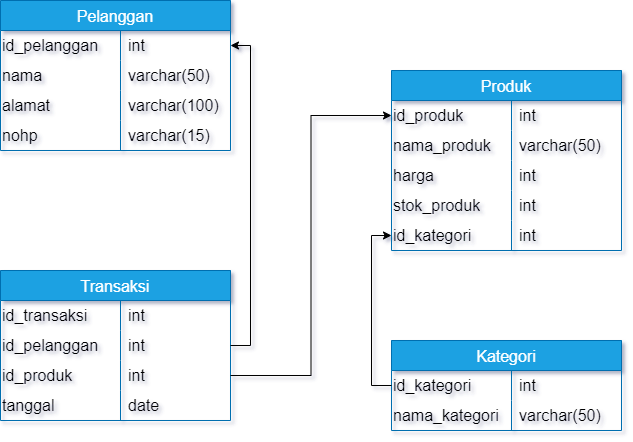
Before: ERD/Tugas TPA-4.drawio.png, a diagram exported from draw.io (mr-exploit/tugas-TPA-4). Source tidied: cells renumbered, new cells last; positions are measured from the earlier drawing's top-left corner, leaving out a move shared by most shapes. Its diagram source:
```xml
<mxGraphModel>
  <root>
    <mxCell id="0" />
    <mxCell id="1" parent="0" />
    <mxCell id="2" value="Pelanggan" style="shape=table;startSize=30;rowLines=0;fontStyle=0;strokeColor=#006EAF;fontSize=16;fillColor=#1ba1e2;fontColor=#ffffff;" parent="1" vertex="1">
      <mxGeometry width="230" height="150" as="geometry" />
    </mxCell>
    <mxCell id="3" style="shape=tableRow;horizontal=0;startSize=0;swimlaneHead=0;swimlaneBody=0;top=0;left=0;bottom=0;right=0;fillColor=none;points=[[0,0.5],[1,0.5]];portConstraint=eastwest;strokeColor=inherit;fontSize=16;" parent="2" vertex="1">
      <mxGeometry y="30" width="230" height="30" as="geometry" />
    </mxCell>
    <mxCell id="4" value="id_pelanggan" style="shape=partialRectangle;html=1;whiteSpace=wrap;fillColor=none;top=0;left=0;bottom=0;right=0;overflow=hidden;strokeColor=inherit;fontSize=16;align=left;" parent="3" vertex="1">
      <mxGeometry width="120" height="30" as="geometry" />
    </mxCell>
    <mxCell id="5" value="int" style="shape=partialRectangle;html=1;whiteSpace=wrap;fillColor=none;top=0;left=0;bottom=0;right=0;align=left;spacingLeft=6;overflow=hidden;strokeColor=inherit;fontSize=16;" parent="3" vertex="1">
      <mxGeometry x="120" width="110" height="30" as="geometry" />
    </mxCell>
    <mxCell id="6" style="shape=tableRow;horizontal=0;startSize=0;swimlaneHead=0;swimlaneBody=0;top=0;left=0;bottom=0;right=0;fillColor=none;strokeColor=inherit;fontSize=16;" parent="2" vertex="1">
      <mxGeometry y="60" width="230" height="30" as="geometry" />
    </mxCell>
    <mxCell id="7" value="nama" style="shape=partialRectangle;html=1;whiteSpace=wrap;fillColor=none;top=0;left=0;bottom=0;right=0;overflow=hidden;strokeColor=inherit;fontSize=16;align=left;" parent="6" vertex="1">
      <mxGeometry width="120" height="30" as="geometry" />
    </mxCell>
    <mxCell id="8" value="varchar(50)" style="shape=partialRectangle;html=1;whiteSpace=wrap;fillColor=none;top=0;left=0;bottom=0;right=0;align=left;spacingLeft=6;overflow=hidden;strokeColor=inherit;fontSize=16;" parent="6" vertex="1">
      <mxGeometry x="120" width="110" height="30" as="geometry" />
    </mxCell>
    <mxCell id="9" style="shape=tableRow;horizontal=0;startSize=0;swimlaneHead=0;swimlaneBody=0;top=0;left=0;bottom=0;right=0;fillColor=none;strokeColor=inherit;fontSize=16;" parent="2" vertex="1">
      <mxGeometry y="90" width="230" height="30" as="geometry" />
    </mxCell>
    <mxCell id="10" value="alamat" style="shape=partialRectangle;html=1;whiteSpace=wrap;fillColor=none;top=0;left=0;bottom=0;right=0;overflow=hidden;strokeColor=inherit;fontSize=16;align=left;" parent="9" vertex="1">
      <mxGeometry width="120" height="30" as="geometry" />
    </mxCell>
    <mxCell id="11" value="varchar(100)" style="shape=partialRectangle;html=1;whiteSpace=wrap;fillColor=none;top=0;left=0;bottom=0;right=0;align=left;spacingLeft=6;overflow=hidden;strokeColor=inherit;fontSize=16;" parent="9" vertex="1">
      <mxGeometry x="120" width="110" height="30" as="geometry" />
    </mxCell>
    <mxCell id="12" style="shape=tableRow;horizontal=0;startSize=0;swimlaneHead=0;swimlaneBody=0;top=0;left=0;bottom=0;right=0;fillColor=none;strokeColor=inherit;fontSize=16;" parent="2" vertex="1">
      <mxGeometry y="120" width="230" height="30" as="geometry" />
    </mxCell>
    <mxCell id="13" value="nohp" style="shape=partialRectangle;html=1;whiteSpace=wrap;fillColor=none;top=0;left=0;bottom=0;right=0;overflow=hidden;strokeColor=inherit;fontSize=16;align=left;" parent="12" vertex="1">
      <mxGeometry width="120" height="30" as="geometry" />
    </mxCell>
    <mxCell id="14" value="varchar(15)" style="shape=partialRectangle;html=1;whiteSpace=wrap;fillColor=none;top=0;left=0;bottom=0;right=0;align=left;spacingLeft=6;overflow=hidden;strokeColor=inherit;fontSize=16;" parent="12" vertex="1">
      <mxGeometry x="120" width="110" height="30" as="geometry" />
    </mxCell>
    <mxCell id="15" value="Produk" style="shape=table;startSize=30;rowLines=0;fontStyle=0;strokeColor=#006EAF;fontSize=16;fillColor=#1ba1e2;fontColor=#ffffff;" parent="1" vertex="1">
      <mxGeometry x="391" y="70" width="230" height="180" as="geometry" />
    </mxCell>
    <mxCell id="16" style="shape=tableRow;horizontal=0;startSize=0;swimlaneHead=0;swimlaneBody=0;top=0;left=0;bottom=0;right=0;fillColor=none;points=[[0,0.5],[1,0.5]];portConstraint=eastwest;strokeColor=inherit;fontSize=16;" parent="15" vertex="1">
      <mxGeometry y="30" width="230" height="30" as="geometry" />
    </mxCell>
    <mxCell id="17" value="id_produk" style="shape=partialRectangle;html=1;whiteSpace=wrap;fillColor=none;top=0;left=0;bottom=0;right=0;overflow=hidden;strokeColor=inherit;fontSize=16;align=left;" parent="16" vertex="1">
      <mxGeometry width="120" height="30" as="geometry" />
    </mxCell>
    <mxCell id="18" value="int" style="shape=partialRectangle;html=1;whiteSpace=wrap;fillColor=none;top=0;left=0;bottom=0;right=0;align=left;spacingLeft=6;overflow=hidden;strokeColor=inherit;fontSize=16;" parent="16" vertex="1">
      <mxGeometry x="120" width="110" height="30" as="geometry" />
    </mxCell>
    <mxCell id="19" style="shape=tableRow;horizontal=0;startSize=0;swimlaneHead=0;swimlaneBody=0;top=0;left=0;bottom=0;right=0;fillColor=none;strokeColor=inherit;fontSize=16;" parent="15" vertex="1">
      <mxGeometry y="60" width="230" height="30" as="geometry" />
    </mxCell>
    <mxCell id="20" value="nama_produk" style="shape=partialRectangle;html=1;whiteSpace=wrap;fillColor=none;top=0;left=0;bottom=0;right=0;overflow=hidden;strokeColor=inherit;fontSize=16;align=left;" parent="19" vertex="1">
      <mxGeometry width="120" height="30" as="geometry" />
    </mxCell>
    <mxCell id="21" value="varchar(50)" style="shape=partialRectangle;html=1;whiteSpace=wrap;fillColor=none;top=0;left=0;bottom=0;right=0;align=left;spacingLeft=6;overflow=hidden;strokeColor=inherit;fontSize=16;" parent="19" vertex="1">
      <mxGeometry x="120" width="110" height="30" as="geometry" />
    </mxCell>
    <mxCell id="22" style="shape=tableRow;horizontal=0;startSize=0;swimlaneHead=0;swimlaneBody=0;top=0;left=0;bottom=0;right=0;fillColor=none;strokeColor=inherit;fontSize=16;" parent="15" vertex="1">
      <mxGeometry y="90" width="230" height="30" as="geometry" />
    </mxCell>
    <mxCell id="23" value="harga" style="shape=partialRectangle;html=1;whiteSpace=wrap;fillColor=none;top=0;left=0;bottom=0;right=0;overflow=hidden;strokeColor=inherit;fontSize=16;align=left;" parent="22" vertex="1">
      <mxGeometry width="120" height="30" as="geometry" />
    </mxCell>
    <mxCell id="24" value="int" style="shape=partialRectangle;html=1;whiteSpace=wrap;fillColor=none;top=0;left=0;bottom=0;right=0;align=left;spacingLeft=6;overflow=hidden;strokeColor=inherit;fontSize=16;" parent="22" vertex="1">
      <mxGeometry x="120" width="110" height="30" as="geometry" />
    </mxCell>
    <mxCell id="25" style="shape=tableRow;horizontal=0;startSize=0;swimlaneHead=0;swimlaneBody=0;top=0;left=0;bottom=0;right=0;fillColor=none;strokeColor=inherit;fontSize=16;" parent="15" vertex="1">
      <mxGeometry y="120" width="230" height="30" as="geometry" />
    </mxCell>
    <mxCell id="26" value="stok_produk" style="shape=partialRectangle;html=1;whiteSpace=wrap;fillColor=none;top=0;left=0;bottom=0;right=0;overflow=hidden;strokeColor=inherit;fontSize=16;align=left;" parent="25" vertex="1">
      <mxGeometry width="120" height="30" as="geometry" />
    </mxCell>
    <mxCell id="27" value="int" style="shape=partialRectangle;html=1;whiteSpace=wrap;fillColor=none;top=0;left=0;bottom=0;right=0;align=left;spacingLeft=6;overflow=hidden;strokeColor=inherit;fontSize=16;" parent="25" vertex="1">
      <mxGeometry x="120" width="110" height="30" as="geometry" />
    </mxCell>
    <mxCell id="28" style="shape=tableRow;horizontal=0;startSize=0;swimlaneHead=0;swimlaneBody=0;top=0;left=0;bottom=0;right=0;fillColor=none;points=[[0,0.5],[1,0.5]];portConstraint=eastwest;strokeColor=inherit;fontSize=16;" parent="15" vertex="1">
      <mxGeometry y="150" width="230" height="30" as="geometry" />
    </mxCell>
    <mxCell id="29" value="id_kategori&lt;span style=&quot;white-space: pre;&quot;&gt; &lt;/span&gt;" style="shape=partialRectangle;html=1;whiteSpace=wrap;fillColor=none;top=0;left=0;bottom=0;right=0;overflow=hidden;strokeColor=inherit;fontSize=16;align=left;" parent="28" vertex="1">
      <mxGeometry width="120" height="30" as="geometry" />
    </mxCell>
    <mxCell id="30" value="int" style="shape=partialRectangle;html=1;whiteSpace=wrap;fillColor=none;top=0;left=0;bottom=0;right=0;align=left;spacingLeft=6;overflow=hidden;strokeColor=inherit;fontSize=16;" parent="28" vertex="1">
      <mxGeometry x="120" width="110" height="30" as="geometry" />
    </mxCell>
    <mxCell id="31" value="Transaksi" style="shape=table;startSize=30;rowLines=0;fontStyle=0;strokeColor=#006EAF;fontSize=16;fillColor=#1ba1e2;fontColor=#ffffff;" parent="1" vertex="1">
      <mxGeometry y="270" width="230" height="150" as="geometry" />
    </mxCell>
    <mxCell id="32" style="shape=tableRow;horizontal=0;startSize=0;swimlaneHead=0;swimlaneBody=0;top=0;left=0;bottom=0;right=0;fillColor=none;strokeColor=inherit;fontSize=16;" parent="31" vertex="1">
      <mxGeometry y="30" width="230" height="30" as="geometry" />
    </mxCell>
    <mxCell id="33" value="id_transaksi" style="shape=partialRectangle;html=1;whiteSpace=wrap;fillColor=none;top=0;left=0;bottom=0;right=0;overflow=hidden;strokeColor=inherit;fontSize=16;align=left;" parent="32" vertex="1">
      <mxGeometry width="120" height="30" as="geometry" />
    </mxCell>
    <mxCell id="34" value="int" style="shape=partialRectangle;html=1;whiteSpace=wrap;fillColor=none;top=0;left=0;bottom=0;right=0;align=left;spacingLeft=6;overflow=hidden;strokeColor=inherit;fontSize=16;" parent="32" vertex="1">
      <mxGeometry x="120" width="110" height="30" as="geometry" />
    </mxCell>
    <mxCell id="35" style="shape=tableRow;horizontal=0;startSize=0;swimlaneHead=0;swimlaneBody=0;top=0;left=0;bottom=0;right=0;fillColor=none;points=[[0,0.5],[1,0.5]];portConstraint=eastwest;strokeColor=inherit;fontSize=16;" parent="31" vertex="1">
      <mxGeometry y="60" width="230" height="30" as="geometry" />
    </mxCell>
    <mxCell id="36" value="id_pelanggan" style="shape=partialRectangle;html=1;whiteSpace=wrap;fillColor=none;top=0;left=0;bottom=0;right=0;overflow=hidden;strokeColor=inherit;fontSize=16;align=left;" parent="35" vertex="1">
      <mxGeometry width="120" height="30" as="geometry" />
    </mxCell>
    <mxCell id="37" value="int" style="shape=partialRectangle;html=1;whiteSpace=wrap;fillColor=none;top=0;left=0;bottom=0;right=0;align=left;spacingLeft=6;overflow=hidden;strokeColor=inherit;fontSize=16;" parent="35" vertex="1">
      <mxGeometry x="120" width="110" height="30" as="geometry" />
    </mxCell>
    <mxCell id="38" style="shape=tableRow;horizontal=0;startSize=0;swimlaneHead=0;swimlaneBody=0;top=0;left=0;bottom=0;right=0;fillColor=none;points=[[0,0.5],[1,0.5]];portConstraint=eastwest;strokeColor=inherit;fontSize=16;" parent="31" vertex="1">
      <mxGeometry y="90" width="230" height="30" as="geometry" />
    </mxCell>
    <mxCell id="39" value="id_produk&lt;span style=&quot;white-space: pre;&quot;&gt; &lt;/span&gt;" style="shape=partialRectangle;html=1;whiteSpace=wrap;fillColor=none;top=0;left=0;bottom=0;right=0;overflow=hidden;strokeColor=inherit;fontSize=16;align=left;" parent="38" vertex="1">
      <mxGeometry width="120" height="30" as="geometry" />
    </mxCell>
    <mxCell id="40" value="int" style="shape=partialRectangle;html=1;whiteSpace=wrap;fillColor=none;top=0;left=0;bottom=0;right=0;align=left;spacingLeft=6;overflow=hidden;strokeColor=inherit;fontSize=16;" parent="38" vertex="1">
      <mxGeometry x="120" width="110" height="30" as="geometry" />
    </mxCell>
    <mxCell id="41" style="shape=tableRow;horizontal=0;startSize=0;swimlaneHead=0;swimlaneBody=0;top=0;left=0;bottom=0;right=0;fillColor=none;strokeColor=inherit;fontSize=16;" parent="31" vertex="1">
      <mxGeometry y="120" width="230" height="30" as="geometry" />
    </mxCell>
    <mxCell id="42" value="tanggal" style="shape=partialRectangle;html=1;whiteSpace=wrap;fillColor=none;top=0;left=0;bottom=0;right=0;overflow=hidden;strokeColor=inherit;fontSize=16;align=left;" parent="41" vertex="1">
      <mxGeometry width="120" height="30" as="geometry" />
    </mxCell>
    <mxCell id="43" value="date" style="shape=partialRectangle;html=1;whiteSpace=wrap;fillColor=none;top=0;left=0;bottom=0;right=0;align=left;spacingLeft=6;overflow=hidden;strokeColor=inherit;fontSize=16;" parent="41" vertex="1">
      <mxGeometry x="120" width="110" height="30" as="geometry" />
    </mxCell>
    <mxCell id="44" value="&#10;Kategori&#10;" style="shape=table;startSize=30;rowLines=0;fontStyle=0;strokeColor=#006EAF;fontSize=16;fillColor=#1ba1e2;fontColor=#ffffff;" parent="1" vertex="1">
      <mxGeometry x="391" y="340" width="230" height="90" as="geometry" />
    </mxCell>
    <mxCell id="45" style="shape=tableRow;horizontal=0;startSize=0;swimlaneHead=0;swimlaneBody=0;top=0;left=0;bottom=0;right=0;fillColor=none;points=[[0,0.5],[1,0.5]];portConstraint=eastwest;strokeColor=inherit;fontSize=16;" parent="44" vertex="1">
      <mxGeometry y="30" width="230" height="30" as="geometry" />
    </mxCell>
    <mxCell id="46" value="id_kategori" style="shape=partialRectangle;html=1;whiteSpace=wrap;fillColor=none;top=0;left=0;bottom=0;right=0;overflow=hidden;strokeColor=inherit;fontSize=16;align=left;" parent="45" vertex="1">
      <mxGeometry width="120" height="30" as="geometry" />
    </mxCell>
    <mxCell id="47" value="int" style="shape=partialRectangle;html=1;whiteSpace=wrap;fillColor=none;top=0;left=0;bottom=0;right=0;align=left;spacingLeft=6;overflow=hidden;strokeColor=inherit;fontSize=16;" parent="45" vertex="1">
      <mxGeometry x="120" width="110" height="30" as="geometry" />
    </mxCell>
    <mxCell id="48" style="shape=tableRow;horizontal=0;startSize=0;swimlaneHead=0;swimlaneBody=0;top=0;left=0;bottom=0;right=0;fillColor=none;strokeColor=inherit;fontSize=16;" parent="44" vertex="1">
      <mxGeometry y="60" width="230" height="30" as="geometry" />
    </mxCell>
    <mxCell id="49" value="nama_kategori" style="shape=partialRectangle;html=1;whiteSpace=wrap;fillColor=none;top=0;left=0;bottom=0;right=0;overflow=hidden;strokeColor=inherit;fontSize=16;align=left;" parent="48" vertex="1">
      <mxGeometry width="120" height="30" as="geometry" />
    </mxCell>
    <mxCell id="50" value="varchar(50)" style="shape=partialRectangle;html=1;whiteSpace=wrap;fillColor=none;top=0;left=0;bottom=0;right=0;align=left;spacingLeft=6;overflow=hidden;strokeColor=inherit;fontSize=16;" parent="48" vertex="1">
      <mxGeometry x="120" width="110" height="30" as="geometry" />
    </mxCell>
    <mxCell id="51" style="edgeStyle=orthogonalEdgeStyle;rounded=0;jettySize=auto;html=1;exitX=1;exitY=0.5;exitDx=0;exitDy=0;entryX=0;entryY=0.5;entryDx=0;entryDy=0;" parent="1" edge="1" source="38" target="16">
      <mxGeometry relative="1" as="geometry" />
    </mxCell>
    <mxCell id="52" style="edgeStyle=orthogonalEdgeStyle;rounded=0;jettySize=auto;html=1;exitX=1;exitY=0.5;exitDx=0;exitDy=0;entryX=1;entryY=0.5;entryDx=0;entryDy=0;" parent="1" edge="1" source="35" target="3">
      <mxGeometry relative="1" as="geometry" />
    </mxCell>
    <mxCell id="53" style="edgeStyle=orthogonalEdgeStyle;rounded=0;jettySize=auto;html=1;exitX=0;exitY=0.5;exitDx=0;exitDy=0;entryX=0;entryY=0.5;entryDx=0;entryDy=0;" parent="1" edge="1" source="45" target="28">
      <mxGeometry relative="1" as="geometry" />
    </mxCell>
  </root>
</mxGraphModel>
```
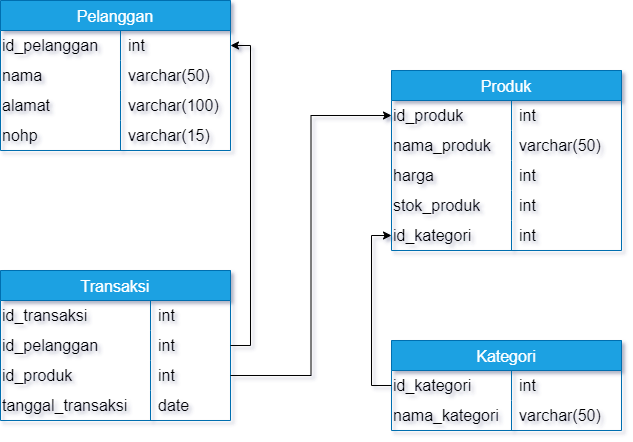
After the change.

Commit message:
tugas TPA-4

The edit, as a diff of the source:
```diff
@@ -96,37 +96,37 @@
       <mxGeometry y="30" width="230" height="30" as="geometry" />
     </mxCell>
     <mxCell id="33" value="id_transaksi" style="shape=partialRectangle;html=1;whiteSpace=wrap;fillColor=none;top=0;left=0;bottom=0;right=0;overflow=hidden;strokeColor=inherit;fontSize=16;align=left;" parent="32" vertex="1">
-      <mxGeometry width="120" height="30" as="geometry" />
+      <mxGeometry width="150" height="30" as="geometry" />
     </mxCell>
     <mxCell id="34" value="int" style="shape=partialRectangle;html=1;whiteSpace=wrap;fillColor=none;top=0;left=0;bottom=0;right=0;align=left;spacingLeft=6;overflow=hidden;strokeColor=inherit;fontSize=16;" parent="32" vertex="1">
-      <mxGeometry x="120" width="110" height="30" as="geometry" />
+      <mxGeometry x="150" width="80" height="30" as="geometry" />
     </mxCell>
     <mxCell id="35" style="shape=tableRow;horizontal=0;startSize=0;swimlaneHead=0;swimlaneBody=0;top=0;left=0;bottom=0;right=0;fillColor=none;points=[[0,0.5],[1,0.5]];portConstraint=eastwest;strokeColor=inherit;fontSize=16;" parent="31" vertex="1">
       <mxGeometry y="60" width="230" height="30" as="geometry" />
     </mxCell>
     <mxCell id="36" value="id_pelanggan" style="shape=partialRectangle;html=1;whiteSpace=wrap;fillColor=none;top=0;left=0;bottom=0;right=0;overflow=hidden;strokeColor=inherit;fontSize=16;align=left;" parent="35" vertex="1">
-      <mxGeometry width="120" height="30" as="geometry" />
+      <mxGeometry width="150" height="30" as="geometry" />
     </mxCell>
     <mxCell id="37" value="int" style="shape=partialRectangle;html=1;whiteSpace=wrap;fillColor=none;top=0;left=0;bottom=0;right=0;align=left;spacingLeft=6;overflow=hidden;strokeColor=inherit;fontSize=16;" parent="35" vertex="1">
-      <mxGeometry x="120" width="110" height="30" as="geometry" />
+      <mxGeometry x="150" width="80" height="30" as="geometry" />
     </mxCell>
     <mxCell id="38" style="shape=tableRow;horizontal=0;startSize=0;swimlaneHead=0;swimlaneBody=0;top=0;left=0;bottom=0;right=0;fillColor=none;points=[[0,0.5],[1,0.5]];portConstraint=eastwest;strokeColor=inherit;fontSize=16;" parent="31" vertex="1">
       <mxGeometry y="90" width="230" height="30" as="geometry" />
     </mxCell>
     <mxCell id="39" value="id_produk&lt;span style=&quot;white-space: pre;&quot;&gt; &lt;/span&gt;" style="shape=partialRectangle;html=1;whiteSpace=wrap;fillColor=none;top=0;left=0;bottom=0;right=0;overflow=hidden;strokeColor=inherit;fontSize=16;align=left;" parent="38" vertex="1">
-      <mxGeometry width="120" height="30" as="geometry" />
+      <mxGeometry width="150" height="30" as="geometry" />
     </mxCell>
     <mxCell id="40" value="int" style="shape=partialRectangle;html=1;whiteSpace=wrap;fillColor=none;top=0;left=0;bottom=0;right=0;align=left;spacingLeft=6;overflow=hidden;strokeColor=inherit;fontSize=16;" parent="38" vertex="1">
-      <mxGeometry x="120" width="110" height="30" as="geometry" />
+      <mxGeometry x="150" width="80" height="30" as="geometry" />
     </mxCell>
     <mxCell id="41" style="shape=tableRow;horizontal=0;startSize=0;swimlaneHead=0;swimlaneBody=0;top=0;left=0;bottom=0;right=0;fillColor=none;strokeColor=inherit;fontSize=16;" parent="31" vertex="1">
       <mxGeometry y="120" width="230" height="30" as="geometry" />
     </mxCell>
-    <mxCell id="42" value="tanggal" style="shape=partialRectangle;html=1;whiteSpace=wrap;fillColor=none;top=0;left=0;bottom=0;right=0;overflow=hidden;strokeColor=inherit;fontSize=16;align=left;" parent="41" vertex="1">
-      <mxGeometry width="120" height="30" as="geometry" />
+    <mxCell id="42" value="tanggal_transaksi" style="shape=partialRectangle;html=1;whiteSpace=wrap;fillColor=none;top=0;left=0;bottom=0;right=0;overflow=hidden;strokeColor=inherit;fontSize=16;align=left;" parent="41" vertex="1">
+      <mxGeometry width="150" height="30" as="geometry" />
     </mxCell>
     <mxCell id="43" value="date" style="shape=partialRectangle;html=1;whiteSpace=wrap;fillColor=none;top=0;left=0;bottom=0;right=0;align=left;spacingLeft=6;overflow=hidden;strokeColor=inherit;fontSize=16;" parent="41" vertex="1">
-      <mxGeometry x="120" width="110" height="30" as="geometry" />
+      <mxGeometry x="150" width="80" height="30" as="geometry" />
     </mxCell>
     <mxCell id="44" value="&#10;Kategori&#10;" style="shape=table;startSize=30;rowLines=0;fontStyle=0;strokeColor=#006EAF;fontSize=16;fillColor=#1ba1e2;fontColor=#ffffff;" parent="1" vertex="1">
       <mxGeometry x="391" y="340" width="230" height="90" as="geometry" />
```
